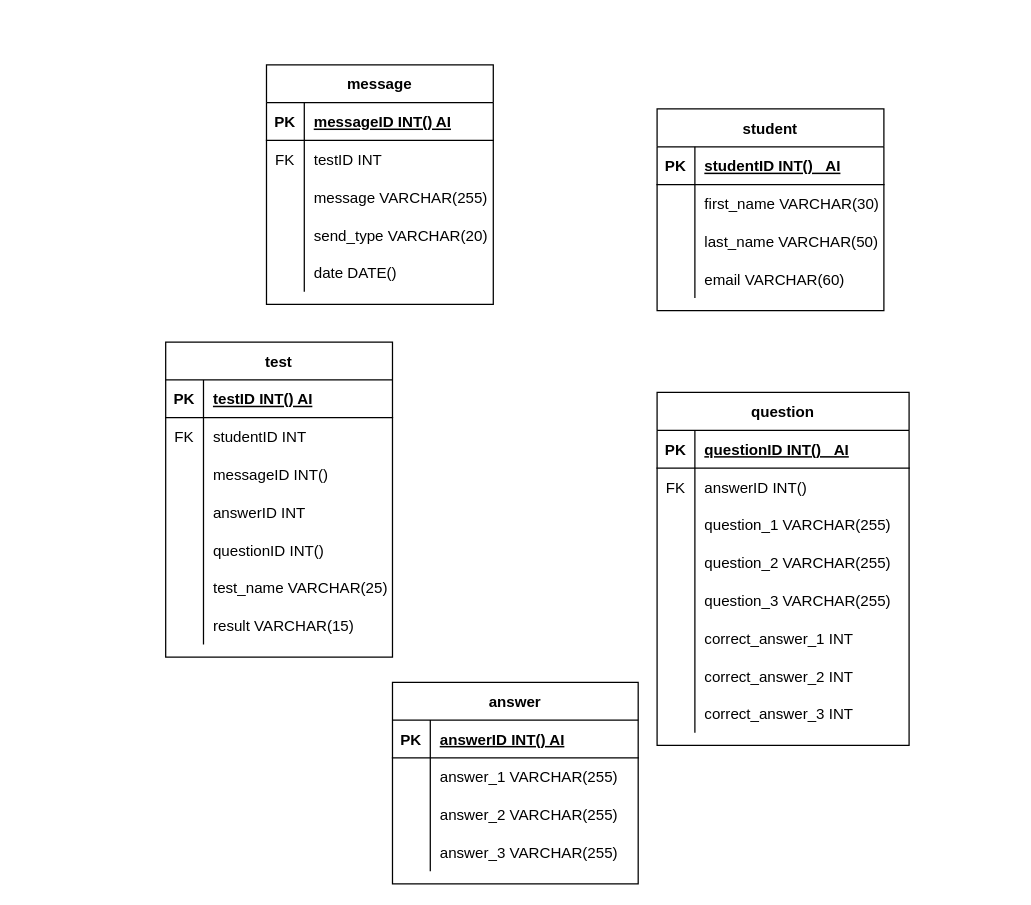
Above: database/drawio/database.drawio in jotiaine/Fullstack_kehittaminen (draw.io), before the change. Source tidied: cells renumbered, new cells numbered last; positions are measured from the earlier drawing's top-left corner, leaving out a move shared by most shapes. Both pictures are drawn from the tidied source at 126%, with x=0, y=0 at pixel (165, 64).
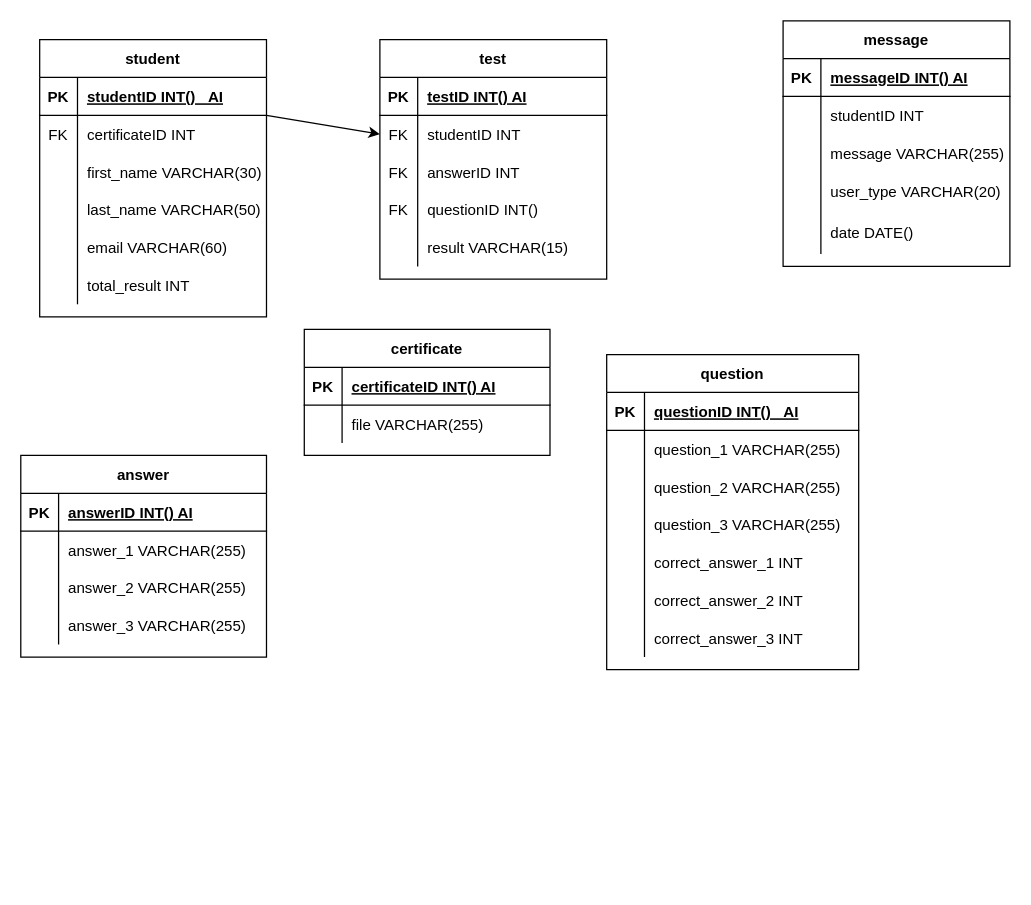
Above is the later version.

Unchanged cells that the change refers to:
```xml
<mxCell id="31" style="shape=partialRectangle;fillColor=none;top=0;left=0;bottom=0;right=0;points=[[0,0.5],[1,0.5]];portConstraint=eastwest;" parent="27" vertex="1">
  <mxGeometry y="60" width="180" height="30" as="geometry" />
</mxCell>
<mxCell id="72" style="shape=partialRectangle;fillColor=none;top=0;left=0;bottom=0;right=0;" parent="62" vertex="1">
  <mxGeometry y="120" width="180" height="30" as="geometry" />
</mxCell>
<mxCell id="79" style="shape=partialRectangle;fillColor=none;top=0;left=0;bottom=1;right=0;points=[[0,0.5],[1,0.5]];portConstraint=eastwest;" parent="78" vertex="1">
  <mxGeometry y="30" width="180" height="30" as="geometry" />
</mxCell>
```

Change to the diagram source:
```diff
@@
     <mxCell id="2" value="question" style="shape=table;startSize=30;childLayout=tableLayout;rowLines=0;fontStyle=1;align=center;" parent="1" vertex="1">
-      <mxGeometry x="390" y="260" width="200" height="280" as="geometry" />
+      <mxGeometry x="350" y="230" width="200" height="250" as="geometry" />
     </mxCell>
@@
-    <mxCell id="6" style="shape=partialRectangle;fillColor=none;top=0;left=0;bottom=0;right=0;" parent="2" vertex="1">
-      <mxGeometry y="60" width="200" height="30" as="geometry" />
-    </mxCell>
-    <mxCell id="7" value="FK" style="shape=partialRectangle;fillColor=none;top=0;left=0;bottom=0;right=0;overflow=hidden;" parent="6" vertex="1">
-      <mxGeometry width="30" height="30" as="geometry" />
-    </mxCell>
-    <mxCell id="8" value="answerID INT() " style="shape=partialRectangle;fillColor=none;top=0;left=0;bottom=0;right=0;align=left;spacingLeft=6;overflow=hidden;" parent="6" vertex="1">
-      <mxGeometry x="30" width="170" height="30" as="geometry" />
-    </mxCell>
     <mxCell id="9" style="shape=partialRectangle;fillColor=none;top=0;left=0;bottom=0;right=0;" parent="2" vertex="1">
-      <mxGeometry y="90" width="200" height="30" as="geometry" />
+      <mxGeometry y="60" width="200" height="30" as="geometry" />
     </mxCell>
@@
     <mxCell id="12" style="shape=partialRectangle;fillColor=none;top=0;left=0;bottom=0;right=0;" parent="2" vertex="1">
-      <mxGeometry y="120" width="200" height="30" as="geometry" />
+      <mxGeometry y="90" width="200" height="30" as="geometry" />
     </mxCell>
@@
     <mxCell id="15" style="shape=partialRectangle;fillColor=none;top=0;left=0;bottom=0;right=0;" parent="2" vertex="1">
-      <mxGeometry y="150" width="200" height="30" as="geometry" />
+      <mxGeometry y="120" width="200" height="30" as="geometry" />
     </mxCell>
@@
     <mxCell id="18" style="shape=partialRectangle;fillColor=none;top=0;left=0;bottom=0;right=0;" parent="2" vertex="1">
-      <mxGeometry y="180" width="200" height="30" as="geometry" />
+      <mxGeometry y="150" width="200" height="30" as="geometry" />
     </mxCell>
@@
     <mxCell id="21" style="shape=partialRectangle;fillColor=none;top=0;left=0;bottom=0;right=0;" parent="2" vertex="1">
-      <mxGeometry y="210" width="200" height="30" as="geometry" />
+      <mxGeometry y="180" width="200" height="30" as="geometry" />
     </mxCell>
@@
     <mxCell id="24" style="shape=partialRectangle;fillColor=none;top=0;left=0;bottom=0;right=0;" parent="2" vertex="1">
-      <mxGeometry y="240" width="200" height="30" as="geometry" />
+      <mxGeometry y="210" width="200" height="30" as="geometry" />
     </mxCell>
@@
     <mxCell id="27" value="test" style="shape=table;startSize=30;childLayout=tableLayout;rowLines=0;fontStyle=1;align=center;" parent="1" vertex="1">
-      <mxGeometry y="220" width="180" height="250" as="geometry" />
+      <mxGeometry x="170" y="-20" width="180" height="190" as="geometry" />
     </mxCell>
@@
-    <mxCell id="34" style="shape=partialRectangle;fillColor=none;top=0;left=0;bottom=0;right=0;" parent="27" vertex="1">
-      <mxGeometry y="90" width="180" height="30" as="geometry" />
-    </mxCell>
-    <mxCell id="35" style="shape=partialRectangle;fillColor=none;top=0;left=0;bottom=0;right=0;overflow=hidden;" parent="34" vertex="1">
-      <mxGeometry width="30" height="30" as="geometry" />
-    </mxCell>
-    <mxCell id="36" value="messageID INT()" style="shape=partialRectangle;fillColor=none;top=0;left=0;bottom=0;right=0;align=left;spacingLeft=6;overflow=hidden;" parent="34" vertex="1">
-      <mxGeometry x="30" width="150" height="30" as="geometry" />
-    </mxCell>
     <mxCell id="37" style="shape=partialRectangle;fillColor=none;top=0;left=0;bottom=0;right=0;" parent="27" vertex="1">
-      <mxGeometry y="120" width="180" height="30" as="geometry" />
+      <mxGeometry y="90" width="180" height="30" as="geometry" />
     </mxCell>
-    <mxCell id="38" style="shape=partialRectangle;fillColor=none;top=0;left=0;bottom=0;right=0;overflow=hidden;" parent="37" vertex="1">
+    <mxCell id="38" value="FK" style="shape=partialRectangle;fillColor=none;top=0;left=0;bottom=0;right=0;overflow=hidden;" parent="37" vertex="1">
       <mxGeometry width="30" height="30" as="geometry" />
     </mxCell>
@@
     <mxCell id="40" style="shape=partialRectangle;fillColor=none;top=0;left=0;bottom=0;right=0;" parent="27" vertex="1">
-      <mxGeometry y="150" width="180" height="30" as="geometry" />
+      <mxGeometry y="120" width="180" height="30" as="geometry" />
     </mxCell>
-    <mxCell id="41" style="shape=partialRectangle;fillColor=none;top=0;left=0;bottom=0;right=0;overflow=hidden;" parent="40" vertex="1">
+    <mxCell id="41" value="FK" style="shape=partialRectangle;fillColor=none;top=0;left=0;bottom=0;right=0;overflow=hidden;" parent="40" vertex="1">
       <mxGeometry width="30" height="30" as="geometry" />
     </mxCell>
@@
-    <mxCell id="43" style="shape=partialRectangle;fillColor=none;top=0;left=0;bottom=0;right=0;" parent="27" vertex="1">
-      <mxGeometry y="180" width="180" height="30" as="geometry" />
-    </mxCell>
-    <mxCell id="44" style="shape=partialRectangle;fillColor=none;top=0;left=0;bottom=0;right=0;overflow=hidden;" parent="43" vertex="1">
-      <mxGeometry width="30" height="30" as="geometry" />
-    </mxCell>
-    <mxCell id="45" value="test_name VARCHAR(25)" style="shape=partialRectangle;fillColor=none;top=0;left=0;bottom=0;right=0;align=left;spacingLeft=6;overflow=hidden;" parent="43" vertex="1">
-      <mxGeometry x="30" width="150" height="30" as="geometry" />
-    </mxCell>
     <mxCell id="46" style="shape=partialRectangle;fillColor=none;top=0;left=0;bottom=0;right=0;" parent="27" vertex="1">
-      <mxGeometry y="210" width="180" height="30" as="geometry" />
+      <mxGeometry y="150" width="180" height="30" as="geometry" />
     </mxCell>
@@
     <mxCell id="49" value="answer" style="shape=table;startSize=30;childLayout=tableLayout;rowLines=0;fontStyle=1;align=center;" parent="1" vertex="1">
-      <mxGeometry x="180" y="490" width="195" height="160" as="geometry" />
+      <mxGeometry x="-115" y="310" width="195" height="160" as="geometry" />
     </mxCell>
@@
     <mxCell id="62" value="message" style="shape=table;startSize=30;childLayout=tableLayout;rowLines=0;fontStyle=1;align=center;" parent="1" vertex="1">
-      <mxGeometry x="80" width="180" height="190" as="geometry" />
+      <mxGeometry x="490" y="-35" width="180" height="195" as="geometry" />
     </mxCell>
@@
-    <mxCell id="66" style="shape=partialRectangle;fillColor=none;top=0;left=0;bottom=0;right=0;" parent="62" vertex="1">
-      <mxGeometry y="60" width="180" height="30" as="geometry" />
-    </mxCell>
-    <mxCell id="67" value="FK" style="shape=partialRectangle;fillColor=none;top=0;left=0;bottom=0;right=0;overflow=hidden;" parent="66" vertex="1">
-      <mxGeometry width="30" height="30" as="geometry" />
-    </mxCell>
-    <mxCell id="68" value="testID INT" style="shape=partialRectangle;fillColor=none;top=0;left=0;bottom=0;right=0;align=left;spacingLeft=6;overflow=hidden;" parent="66" vertex="1">
-      <mxGeometry x="30" width="150" height="30" as="geometry" />
-    </mxCell>
+    <mxCell id="91" style="shape=partialRectangle;fillColor=none;top=0;left=0;bottom=0;right=0;" parent="62" vertex="1">
+      <mxGeometry y="60" width="180" height="30" as="geometry" />
+    </mxCell>
+    <mxCell id="92" style="shape=partialRectangle;fillColor=none;top=0;left=0;bottom=0;right=0;overflow=hidden;" parent="91" vertex="1">
+      <mxGeometry width="30" height="30" as="geometry" />
+    </mxCell>
+    <mxCell id="93" value="studentID INT" style="shape=partialRectangle;fillColor=none;top=0;left=0;bottom=0;right=0;align=left;spacingLeft=6;overflow=hidden;" parent="91" vertex="1">
+      <mxGeometry x="30" width="150" height="30" as="geometry" />
+    </mxCell>
@@
-    <mxCell id="74" value="send_type VARCHAR(20)" style="shape=partialRectangle;fillColor=none;top=0;left=0;bottom=0;right=0;align=left;spacingLeft=6;overflow=hidden;" parent="72" vertex="1">
+    <mxCell id="74" value="user_type VARCHAR(20)" style="shape=partialRectangle;fillColor=none;top=0;left=0;bottom=0;right=0;align=left;spacingLeft=6;overflow=hidden;" parent="72" vertex="1">
       <mxGeometry x="30" width="150" height="30" as="geometry" />
     </mxCell>
     <mxCell id="75" style="shape=partialRectangle;fillColor=none;top=0;left=0;bottom=0;right=0;" parent="62" vertex="1">
-      <mxGeometry y="150" width="180" height="30" as="geometry" />
+      <mxGeometry y="150" width="180" height="35" as="geometry" />
     </mxCell>
     <mxCell id="76" style="shape=partialRectangle;fillColor=none;top=0;left=0;bottom=0;right=0;overflow=hidden;" parent="75" vertex="1">
-      <mxGeometry width="30" height="30" as="geometry" />
+      <mxGeometry width="30" height="35" as="geometry" />
     </mxCell>
     <mxCell id="77" value="date DATE()" style="shape=partialRectangle;fillColor=none;top=0;left=0;bottom=0;right=0;align=left;spacingLeft=6;overflow=hidden;" parent="75" vertex="1">
-      <mxGeometry x="30" width="150" height="30" as="geometry" />
+      <mxGeometry x="30" width="150" height="35" as="geometry" />
     </mxCell>
     <mxCell id="78" value="student" style="shape=table;startSize=30;childLayout=tableLayout;rowLines=0;fontStyle=1;align=center;" parent="1" vertex="1">
-      <mxGeometry x="390" y="35" width="180" height="160" as="geometry" />
+      <mxGeometry x="-100" y="-20" width="180" height="220" as="geometry" />
     </mxCell>
@@
+    <mxCell id="94" style="shape=partialRectangle;fillColor=none;top=0;left=0;bottom=0;right=0;" parent="78" vertex="1">
+      <mxGeometry y="60" width="180" height="30" as="geometry" />
+    </mxCell>
+    <mxCell id="95" value="FK" style="shape=partialRectangle;fillColor=none;top=0;left=0;bottom=0;right=0;overflow=hidden;" parent="94" vertex="1">
+      <mxGeometry width="30" height="30" as="geometry" />
+    </mxCell>
+    <mxCell id="96" value="certificateID INT" style="shape=partialRectangle;fillColor=none;top=0;left=0;bottom=0;right=0;align=left;spacingLeft=6;overflow=hidden;" parent="94" vertex="1">
+      <mxGeometry x="30" width="150" height="30" as="geometry" />
+    </mxCell>
     <mxCell id="82" style="shape=partialRectangle;fillColor=none;top=0;left=0;bottom=0;right=0;" parent="78" vertex="1">
-      <mxGeometry y="60" width="180" height="30" as="geometry" />
+      <mxGeometry y="90" width="180" height="30" as="geometry" />
     </mxCell>
@@
     <mxCell id="85" style="shape=partialRectangle;fillColor=none;top=0;left=0;bottom=0;right=0;" parent="78" vertex="1">
-      <mxGeometry y="90" width="180" height="30" as="geometry" />
+      <mxGeometry y="120" width="180" height="30" as="geometry" />
     </mxCell>
@@
     <mxCell id="88" style="shape=partialRectangle;fillColor=none;top=0;left=0;bottom=0;right=0;" parent="78" vertex="1">
-      <mxGeometry y="120" width="180" height="30" as="geometry" />
+      <mxGeometry y="150" width="180" height="30" as="geometry" />
     </mxCell>
@@
+    <mxCell id="43" style="shape=partialRectangle;fillColor=none;top=0;left=0;bottom=0;right=0;" parent="78" vertex="1">
+      <mxGeometry y="180" width="180" height="30" as="geometry" />
+    </mxCell>
+    <mxCell id="97" style="shape=partialRectangle;fillColor=none;top=0;left=0;bottom=0;right=0;overflow=hidden;" parent="43" vertex="1">
+      <mxGeometry width="30" height="30" as="geometry" />
+    </mxCell>
+    <mxCell id="98" value="total_result INT" style="shape=partialRectangle;fillColor=none;top=0;left=0;bottom=0;right=0;align=left;spacingLeft=6;overflow=hidden;" parent="43" vertex="1">
+      <mxGeometry x="30" width="150" height="30" as="geometry" />
+    </mxCell>
+    <mxCell id="99" style="edgeStyle=none;html=1;entryX=0;entryY=0.5;entryDx=0;entryDy=0;" parent="1" edge="1" source="79" target="31">
+      <mxGeometry relative="1" as="geometry" />
+    </mxCell>
+    <mxCell id="100" value="certificate" style="shape=table;startSize=30;childLayout=tableLayout;rowLines=0;fontStyle=1;align=center;" parent="1" vertex="1">
+      <mxGeometry x="110" y="210" width="195" height="100" as="geometry" />
+    </mxCell>
+    <mxCell id="101" style="shape=partialRectangle;fillColor=none;top=0;left=0;bottom=1;right=0;" parent="100" vertex="1">
+      <mxGeometry y="30" width="195" height="30" as="geometry" />
+    </mxCell>
+    <mxCell id="102" value="PK" style="shape=partialRectangle;fillColor=none;top=0;left=0;bottom=0;right=0;fontStyle=1;overflow=hidden;" parent="101" vertex="1">
+      <mxGeometry width="30" height="30" as="geometry" />
+    </mxCell>
+    <mxCell id="103" value="certificateID INT()   AI" style="shape=partialRectangle;fillColor=none;top=0;left=0;bottom=0;right=0;align=left;spacingLeft=6;fontStyle=5;overflow=hidden;" parent="101" vertex="1">
+      <mxGeometry x="30" width="165" height="30" as="geometry" />
+    </mxCell>
+    <mxCell id="104" style="shape=partialRectangle;fillColor=none;top=0;left=0;bottom=0;right=0;" parent="100" vertex="1">
+      <mxGeometry y="60" width="195" height="30" as="geometry" />
+    </mxCell>
+    <mxCell id="105" style="shape=partialRectangle;fillColor=none;top=0;left=0;bottom=0;right=0;overflow=hidden;" parent="104" vertex="1">
+      <mxGeometry width="30" height="30" as="geometry" />
+    </mxCell>
+    <mxCell id="106" value="file VARCHAR(255)" style="shape=partialRectangle;fillColor=none;top=0;left=0;bottom=0;right=0;align=left;spacingLeft=6;overflow=hidden;" parent="104" vertex="1">
+      <mxGeometry x="30" width="165" height="30" as="geometry" />
+    </mxCell>
```
